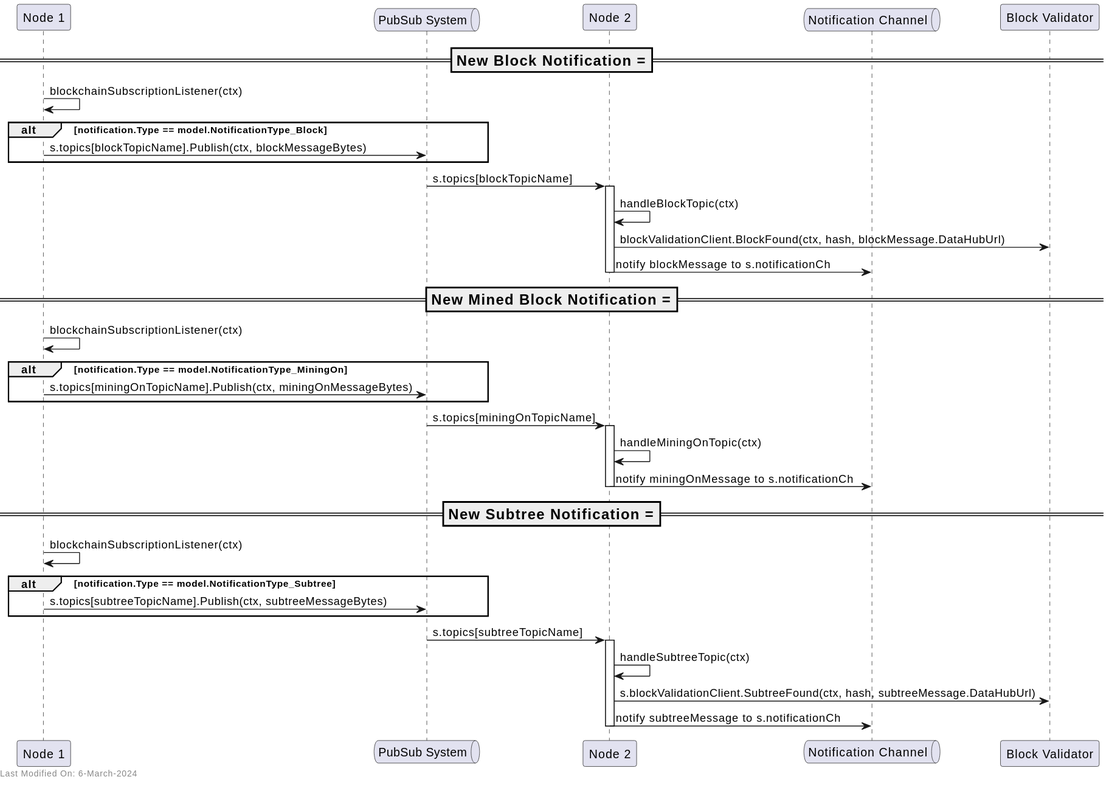
Before: docs/services/img/plantuml/p2p/p2p_blockchain_subscription.svg, a diagram exported from PlantUML (freemans13/teranode). Its source is kept beside it as docs/services/img/plantuml/p2p/p2p_blockchain_subscription.puml.
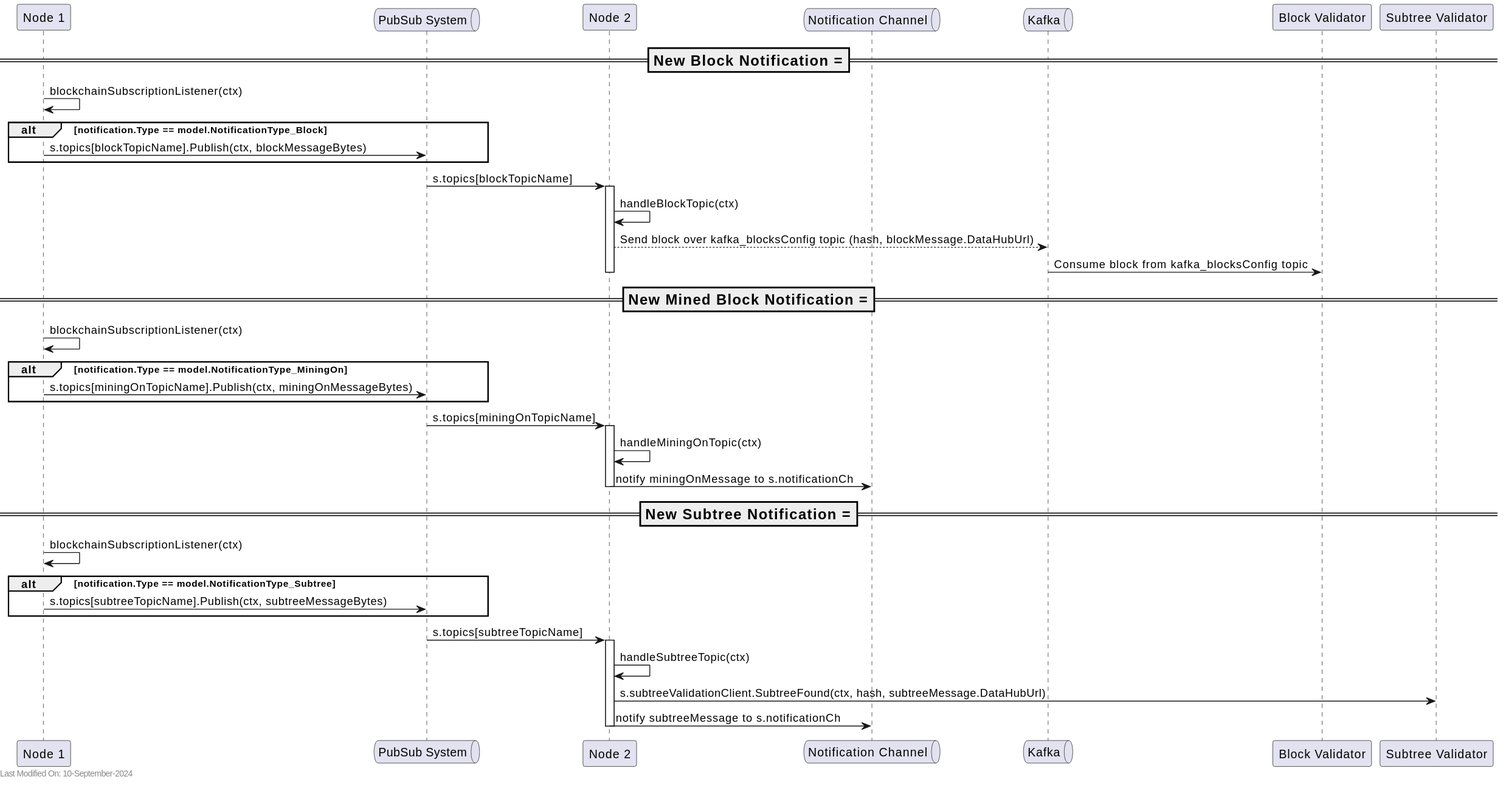
After the commit.

What changed in the source:
```diff
@@ -4,6 +4,7 @@
 queue "PubSub System" as PubSub
 participant "Node 2" as Node2
 queue "Notification Channel" as notificationChannel
+queue "Kafka" as Kafka
 participant "Block Validator" as BlockValidationClient
 participant "Subtree Validator" as SubtreeValidationClient
 
@@ -16,8 +17,8 @@
 PubSub -> Node2: s.topics[blockTopicName]
 activate Node2
 Node2 -> Node2: handleBlockTopic(ctx)
-Node2 -> BlockValidationClient: blockValidationClient.BlockFound(ctx, hash, blockMessage.DataHubUrl)
-Node2 -> notificationChannel: notify blockMessage to s.notificationCh
+Node2 --> Kafka: Send block over kafka_blocksConfig topic  (hash, blockMessage.DataHubUrl)
+Kafka -> BlockValidationClient: Consume block from kafka_blocksConfig topic
 deactivate Node2
 
 === New Mined Block Notification ===
@@ -45,6 +46,6 @@
 Node2 -> notificationChannel: notify subtreeMessage to s.notificationCh
 deactivate Node2
 
-left footer Last Modified On: 6-March-2024
+left footer Last Modified On: %date("dd-MMM-yyyy")
 
 @enduml
```
